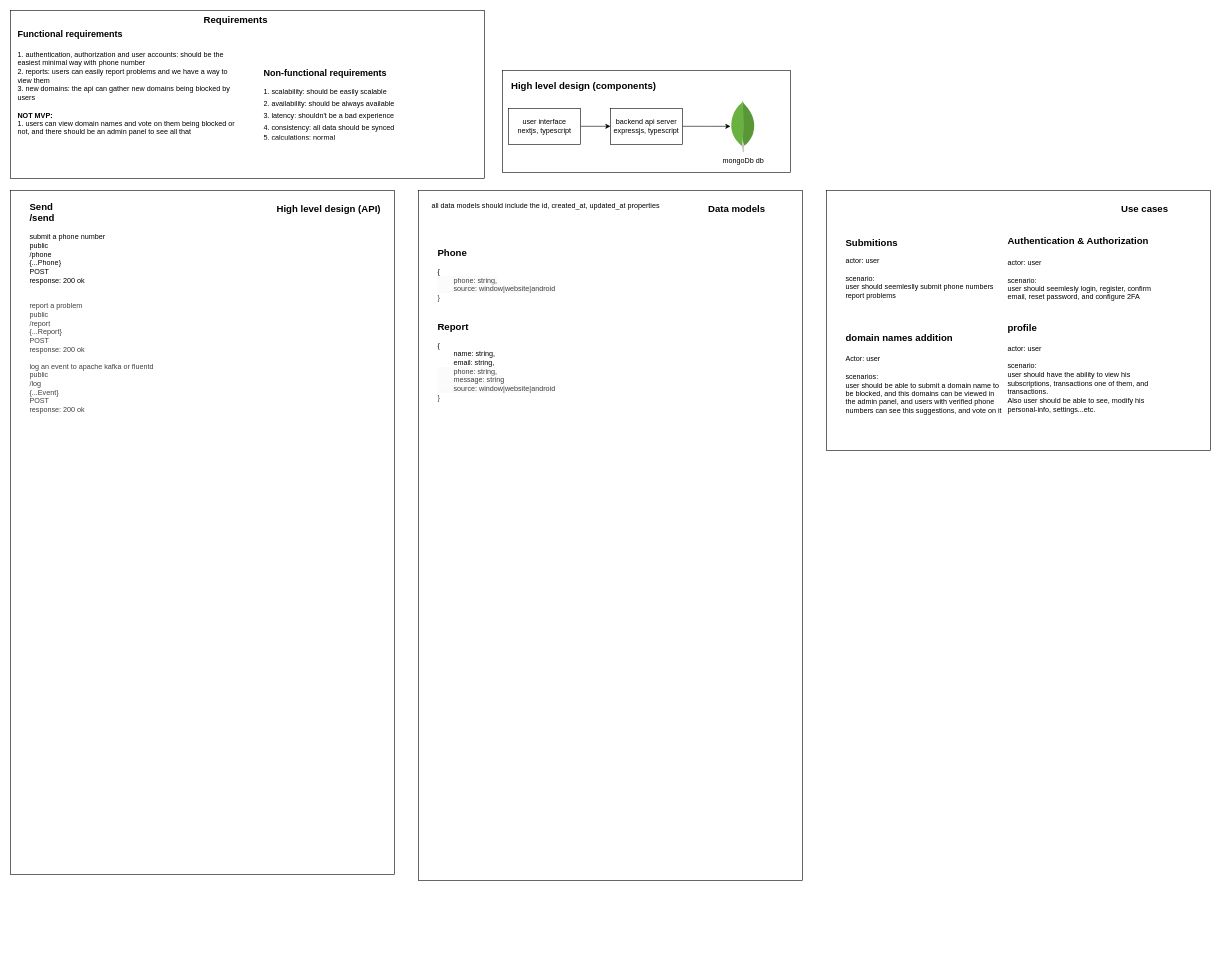
Above: page "high-level" (1 of 2) of ainaa.drawio in ahmed-elbehairy7/mafazaa-system-design (draw.io), before the change. Source tidied: cells renumbered, new cells numbered last; positions are measured from the earlier drawing's top-left corner, leaving out a move shared by most shapes. Both pictures are drawn from the tidied source at 60%, with x=0, y=0 at pixel (10, 10).
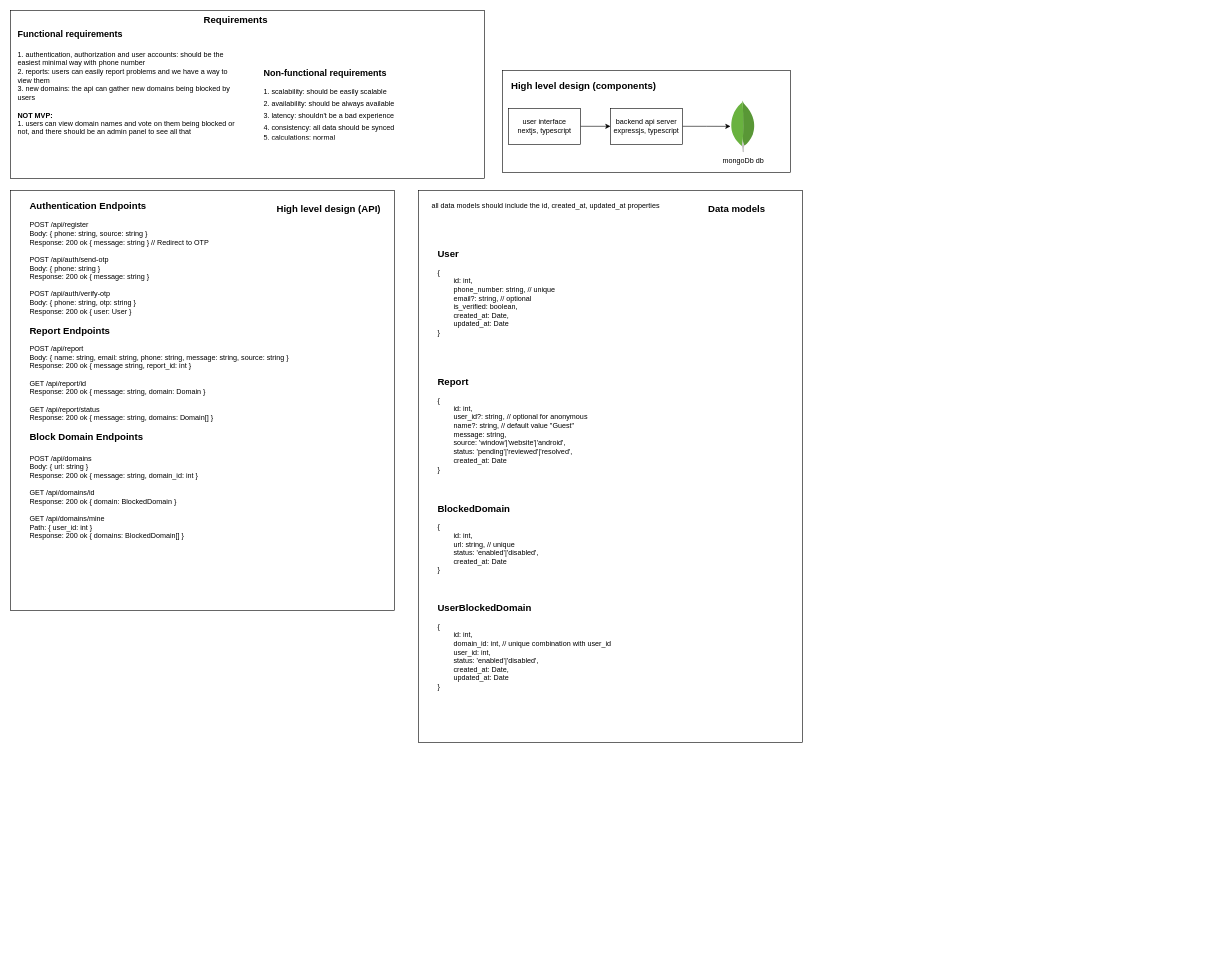
Above is the later version.

The change refers to these unchanged cells:
```xml
<mxCell id="14" style="group;" parent="1" vertex="1">
  <mxGeometry x="680" y="300" width="640" height="1290" as="geometry" />
</mxCell>
```

What changed in the source:
```diff
@@
     <mxCell id="10" style="group;" parent="1" vertex="1">
-      <mxGeometry y="300" width="640" height="1140" as="geometry" />
+      <mxGeometry y="300" width="640" height="700" as="geometry" />
     </mxCell>
     <mxCell id="11" style="whiteSpace=wrap;html=1;fontSize=11;" parent="10" vertex="1">
-      <mxGeometry width="640" height="1140" as="geometry" />
+      <mxGeometry width="640" height="700" as="geometry" />
     </mxCell>
-    <mxCell id="12" value="&lt;div&gt;&lt;span style=&quot;font-size: 16px;&quot;&gt;&lt;b&gt;Send&lt;/b&gt;&lt;/span&gt;&lt;/div&gt;&lt;font style=&quot;font-size: 16px;&quot;&gt;&lt;b&gt;/send&lt;/b&gt;&lt;/font&gt;&lt;div&gt;&lt;br&gt;&lt;/div&gt;&lt;div&gt;submit a phone number&lt;/div&gt;&lt;div&gt;public&lt;/div&gt;&lt;div&gt;/phone&lt;br&gt;{...Phone}&lt;/div&gt;&lt;div&gt;POST&lt;/div&gt;&lt;div&gt;response: 200 ok&lt;/div&gt;&lt;div&gt;&lt;br&gt;&lt;/div&gt;&lt;div&gt;&lt;br&gt;&lt;/div&gt;&lt;div&gt;&lt;div style=&quot;color: rgb(63, 63, 63); scrollbar-color: rgb(226, 226, 226) rgb(251, 251, 251);&quot;&gt;&lt;span style=&quot;color: rgb(63, 63, 63); background-color: transparent;&quot;&gt;report a problem&lt;br&gt;public&lt;/span&gt;&lt;/div&gt;&lt;div style=&quot;color: rgb(63, 63, 63); scrollbar-color: rgb(226, 226, 226) rgb(251, 251, 251);&quot;&gt;/report&lt;br style=&quot;color: rgb(63, 63, 63); scrollbar-color: rgb(226, 226, 226) rgb(251, 251, 251);&quot;&gt;{...Report}&lt;/div&gt;&lt;div style=&quot;color: rgb(63, 63, 63); scrollbar-color: rgb(226, 226, 226) rgb(251, 251, 251);&quot;&gt;POST&lt;/div&gt;&lt;div style=&quot;color: rgb(63, 63, 63); scrollbar-color: rgb(226, 226, 226) rgb(251, 251, 251);&quot;&gt;response: 200 ok&lt;br&gt;&lt;br&gt;&lt;div style=&quot;color: rgb(63, 63, 63); scrollbar-color: rgb(226, 226, 226) rgb(251, 251, 251);&quot;&gt;log an event to apache kafka or fluentd&lt;/div&gt;&lt;div style=&quot;color: rgb(63, 63, 63); scrollbar-color: rgb(226, 226, 226) rgb(251, 251, 251);&quot;&gt;public&lt;/div&gt;&lt;div style=&quot;color: rgb(63, 63, 63); scrollbar-color: rgb(226, 226, 226) rgb(251, 251, 251);&quot;&gt;/log&lt;br style=&quot;color: rgb(63, 63, 63); scrollbar-color: rgb(226, 226, 226) rgb(251, 251, 251);&quot;&gt;{...Event}&lt;/div&gt;&lt;div style=&quot;color: rgb(63, 63, 63); scrollbar-color: rgb(226, 226, 226) rgb(251, 251, 251);&quot;&gt;POST&lt;/div&gt;&lt;div style=&quot;color: rgb(63, 63, 63); scrollbar-color: rgb(226, 226, 226) rgb(251, 251, 251);&quot;&gt;response: 200 ok&lt;/div&gt;&lt;/div&gt;&lt;/div&gt;" style="text;html=1;align=left;verticalAlign=middle;strokeColor=none;fillColor=none;" parent="10" vertex="1">
-      <mxGeometry x="30" y="10" width="230" height="370" as="geometry" />
+    <mxCell id="12" value="&lt;div style=&quot;font-size: 16px;&quot;&gt;&lt;b&gt;Authentication Endpoints&lt;/b&gt;&lt;/div&gt;&lt;div&gt;&lt;br&gt;&lt;/div&gt;&lt;div&gt;POST /api/register&lt;/div&gt;&lt;div&gt;Body: { phone: string, source: string }&lt;/div&gt;&lt;div&gt;Response: 200 ok { message: string }&amp;nbsp;&lt;span style=&quot;background-color: transparent; color: light-dark(rgb(0, 0, 0), rgb(255, 255, 255));&quot;&gt;// Redirect to OTP&lt;/span&gt;&lt;/div&gt;&lt;div&gt;&lt;span style=&quot;background-color: transparent; color: light-dark(rgb(0, 0, 0), rgb(255, 255, 255));&quot;&gt;&lt;br&gt;&lt;/span&gt;&lt;/div&gt;&lt;div&gt;POST /api/auth/send-otp&lt;/div&gt;&lt;div&gt;Body: { phone: string }&lt;/div&gt;&lt;div&gt;Response: 200 ok { message: string }&lt;/div&gt;&lt;div&gt;&lt;br&gt;&lt;/div&gt;&lt;div&gt;POST /api/auth/verify-otp&lt;/div&gt;&lt;div&gt;Body: { phone: string, otp: string }&lt;/div&gt;&lt;div&gt;R&lt;span style=&quot;background-color: transparent;&quot;&gt;esponse: 200 ok { user: User }&lt;/span&gt;&lt;/div&gt;&lt;div&gt;&lt;span style=&quot;background-color: transparent;&quot;&gt;&lt;br&gt;&lt;/span&gt;&lt;/div&gt;&lt;div style=&quot;font-size: 16px;&quot;&gt;&lt;b&gt;Report Endpoints&lt;/b&gt;&lt;/div&gt;&lt;br&gt;&lt;div&gt;POST /api/report&lt;/div&gt;&lt;div&gt;Body: { name: string, email: string, phone: string, message: string, source: string }&lt;/div&gt;&lt;div&gt;&lt;div&gt;Response: 200 ok { message string, report_id: int }&lt;/div&gt;&lt;/div&gt;&lt;div&gt;&lt;br&gt;&lt;/div&gt;&lt;div&gt;GET /api/report/id&lt;/div&gt;&lt;div&gt;&lt;div&gt;Response: 200 ok { message: string, domain: Domain }&lt;/div&gt;&lt;div&gt;&lt;br&gt;&lt;/div&gt;&lt;/div&gt;&lt;div&gt;&lt;div&gt;GET /api/report/status&lt;/div&gt;&lt;div&gt;Response: 200 ok { message: string, domains: Domain[] }&lt;/div&gt;&lt;/div&gt;&lt;div&gt;&lt;br&gt;&lt;/div&gt;&lt;div&gt;&lt;b style=&quot;font-size: 16px;&quot;&gt;Block Domain Endpoints&lt;/b&gt;&lt;/div&gt;&lt;div&gt;&lt;b style=&quot;font-size: 16px;&quot;&gt;&lt;br&gt;&lt;/b&gt;&lt;/div&gt;&lt;div&gt;POST /api/domains&lt;/div&gt;&lt;div&gt;&lt;span style=&quot;background-color: transparent; color: light-dark(rgb(0, 0, 0), rgb(255, 255, 255));&quot;&gt;Body: { url: string }&lt;/span&gt;&lt;/div&gt;&lt;div&gt;&lt;div&gt;Response: 200 ok { message: string, domain_id: int }&lt;/div&gt;&lt;div&gt;&lt;br&gt;&lt;/div&gt;&lt;/div&gt;&lt;div&gt;&lt;div&gt;GET /api/domains/id&lt;/div&gt;&lt;div&gt;&lt;/div&gt;&lt;div&gt;&lt;span style=&quot;background-color: transparent; color: light-dark(rgb(0, 0, 0), rgb(255, 255, 255));&quot;&gt;Response:&lt;/span&gt;&lt;span style=&quot;background-color: transparent; color: light-dark(rgb(0, 0, 0), rgb(255, 255, 255));&quot;&gt;&amp;nbsp;&lt;/span&gt;&lt;span style=&quot;background-color: transparent; color: light-dark(rgb(0, 0, 0), rgb(255, 255, 255));&quot;&gt;200 ok&lt;/span&gt;&lt;span style=&quot;background-color: transparent; color: light-dark(rgb(0, 0, 0), rgb(255, 255, 255));&quot;&gt;&amp;nbsp;{ domain: BlockedDomain }&lt;/span&gt;&lt;/div&gt;&lt;/div&gt;&lt;div&gt;&lt;br&gt;&lt;/div&gt;&lt;div&gt;GET /api/domains/mine&lt;/div&gt;&lt;div&gt;&lt;span style=&quot;background-color: transparent; color: light-dark(rgb(0, 0, 0), rgb(255, 255, 255));&quot;&gt;Path: { user_id: int }&lt;/span&gt;&lt;/div&gt;&lt;div&gt;&lt;/div&gt;&lt;div&gt;&lt;span style=&quot;background-color: transparent; color: light-dark(rgb(0, 0, 0), rgb(255, 255, 255));&quot;&gt;Response:&lt;/span&gt;&lt;span style=&quot;background-color: transparent; color: light-dark(rgb(0, 0, 0), rgb(255, 255, 255));&quot;&gt;&amp;nbsp;&lt;/span&gt;&lt;span style=&quot;background-color: transparent; color: light-dark(rgb(0, 0, 0), rgb(255, 255, 255));&quot;&gt;200 ok&lt;/span&gt;&lt;span style=&quot;background-color: transparent; color: light-dark(rgb(0, 0, 0), rgb(255, 255, 255));&quot;&gt;&amp;nbsp;{ domains: BlockedDomain[] }&lt;/span&gt;&lt;/div&gt;" style="text;html=1;align=left;verticalAlign=middle;strokeColor=none;fillColor=none;" parent="10" vertex="1">
+      <mxGeometry x="30" y="10" width="460" height="580" as="geometry" />
     </mxCell>
@@
     <mxCell id="15" style="whiteSpace=wrap;html=1;fontSize=11;" parent="14" vertex="1">
-      <mxGeometry width="640" height="1150" as="geometry" />
+      <mxGeometry width="640" height="920" as="geometry" />
     </mxCell>
-    <mxCell id="16" value="&lt;div&gt;&lt;b style=&quot;font-size: 16px; color: light-dark(rgb(0, 0, 0), rgb(255, 255, 255)); background-color: light-dark(#ffffff, var(--ge-dark-color, #121212));&quot;&gt;Phone&lt;/b&gt;&lt;/div&gt;&lt;div&gt;&lt;span style=&quot;background-color: light-dark(#ffffff, var(--ge-dark-color, #121212));&quot;&gt;&lt;br&gt;&lt;/span&gt;&lt;/div&gt;&lt;div&gt;&lt;span style=&quot;background-color: light-dark(#ffffff, var(--ge-dark-color, #121212));&quot;&gt;{&lt;/span&gt;&lt;/div&gt;&lt;div&gt;&lt;span style=&quot;color: rgb(63, 63, 63);&quot;&gt;&lt;span style=&quot;background-color: rgb(251, 251, 251);&quot;&gt;&lt;span style=&quot;white-space: pre;&quot;&gt;&#9;&lt;/span&gt;phone: string,&lt;/span&gt;&lt;/span&gt;&lt;/div&gt;&lt;div&gt;&lt;span style=&quot;color: rgb(63, 63, 63);&quot;&gt;&lt;span style=&quot;background-color: rgb(251, 251, 251);&quot;&gt;&lt;span style=&quot;white-space: pre;&quot;&gt;&#9;&lt;/span&gt;source: window|website|android&lt;br&gt;&lt;/span&gt;}&lt;/span&gt;&lt;/div&gt;" style="text;html=1;align=left;verticalAlign=middle;strokeColor=none;fillColor=none;" parent="14" vertex="1">
-      <mxGeometry x="30" y="90" width="220" height="100" as="geometry" />
+    <mxCell id="16" value="&lt;div style=&quot;font-size: 16px;&quot;&gt;&lt;b&gt;User&lt;/b&gt;&lt;/div&gt;&lt;br&gt;&lt;div&gt;{&lt;/div&gt;&lt;div&gt;&lt;span style=&quot;white-space: pre;&quot;&gt;&#9;&lt;/span&gt;id: int,&lt;/div&gt;&lt;div&gt;&lt;span style=&quot;white-space: pre;&quot;&gt;&#9;&lt;/span&gt;phone_number: string, // unique&lt;/div&gt;&lt;div&gt;&lt;span style=&quot;white-space: pre;&quot;&gt;&#9;&lt;/span&gt;email?: string, // optional&lt;/div&gt;&lt;div&gt;&lt;span style=&quot;white-space: pre;&quot;&gt;&#9;&lt;/span&gt;is_verified: boolean,&lt;/div&gt;&lt;div&gt;&lt;span style=&quot;white-space: pre;&quot;&gt;&#9;&lt;/span&gt;created_at: Date,&lt;/div&gt;&lt;div&gt;&lt;span style=&quot;white-space: pre;&quot;&gt;&#9;&lt;/span&gt;updated_at: Date&lt;/div&gt;&lt;div&gt;}&lt;/div&gt;" style="text;html=1;align=left;verticalAlign=middle;strokeColor=none;fillColor=none;" parent="14" vertex="1">
+      <mxGeometry x="30" y="90" width="220" height="160" as="geometry" />
     </mxCell>
@@
-    <mxCell id="19" value="&lt;div&gt;&lt;b style=&quot;font-size: 16px; color: light-dark(rgb(0, 0, 0), rgb(255, 255, 255)); background-color: light-dark(#ffffff, var(--ge-dark-color, #121212));&quot;&gt;Report&lt;/b&gt;&lt;/div&gt;&lt;div&gt;&lt;span style=&quot;background-color: light-dark(#ffffff, var(--ge-dark-color, #121212));&quot;&gt;&lt;br&gt;&lt;/span&gt;&lt;/div&gt;&lt;div&gt;&lt;span style=&quot;background-color: light-dark(#ffffff, var(--ge-dark-color, #121212));&quot;&gt;{&lt;br&gt;&lt;span style=&quot;white-space: pre;&quot;&gt;&#9;&lt;/span&gt;name: string,&lt;br&gt;&lt;span style=&quot;white-space: pre;&quot;&gt;&#9;&lt;/span&gt;email: string,&lt;br&gt;&lt;/span&gt;&lt;/div&gt;&lt;div&gt;&lt;span style=&quot;color: rgb(63, 63, 63);&quot;&gt;&lt;span style=&quot;background-color: rgb(251, 251, 251);&quot;&gt;&lt;span style=&quot;white-space: pre;&quot;&gt;&#9;&lt;/span&gt;phone: string,&lt;br&gt;&lt;span style=&quot;white-space: pre;&quot;&gt;&#9;&lt;/span&gt;message: string&lt;br&gt;&lt;/span&gt;&lt;/span&gt;&lt;/div&gt;&lt;div&gt;&lt;span style=&quot;color: rgb(63, 63, 63);&quot;&gt;&lt;span style=&quot;background-color: rgb(251, 251, 251);&quot;&gt;&lt;span style=&quot;white-space: pre;&quot;&gt;&#9;&lt;/span&gt;source: window|website|android&lt;br&gt;&lt;/span&gt;}&lt;/span&gt;&lt;/div&gt;" style="text;html=1;align=left;verticalAlign=middle;strokeColor=none;fillColor=none;" parent="14" vertex="1">
-      <mxGeometry x="30" y="210" width="220" height="150" as="geometry" />
+    <mxCell id="19" value="&lt;div style=&quot;font-size: 16px;&quot;&gt;&lt;b&gt;Report&lt;/b&gt;&lt;/div&gt;&lt;br&gt;&lt;div&gt;{&lt;/div&gt;&lt;div&gt;&lt;span style=&quot;white-space: pre;&quot;&gt;&#9;&lt;/span&gt;id: int,&lt;/div&gt;&lt;div&gt;&lt;span style=&quot;white-space: pre;&quot;&gt;&#9;&lt;/span&gt;user_id?: string, // optional for anonymous&lt;/div&gt;&lt;div&gt;&lt;span style=&quot;white-space: pre;&quot;&gt;&#9;&lt;/span&gt;name?: string, // default value &quot;Guest&quot;&lt;/div&gt;&lt;div&gt;&lt;span style=&quot;white-space: pre;&quot;&gt;&#9;&lt;/span&gt;message: string,&lt;/div&gt;&lt;div&gt;&lt;span style=&quot;white-space: pre;&quot;&gt;&#9;&lt;/span&gt;source: 'window'|'website'|'android',&lt;/div&gt;&lt;div&gt;&lt;span style=&quot;white-space: pre;&quot;&gt;&#9;&lt;/span&gt;status: 'pending'|'reviewed'|'resolved',&lt;/div&gt;&lt;div&gt;&lt;span style=&quot;white-space: pre;&quot;&gt;&#9;&lt;/span&gt;created_at: Date&lt;/div&gt;&lt;div&gt;}&lt;/div&gt;" style="text;html=1;align=left;verticalAlign=middle;strokeColor=none;fillColor=none;" parent="14" vertex="1">
+      <mxGeometry x="30" y="310" width="270" height="160" as="geometry" />
     </mxCell>
-    <mxCell id="20" style="group;" parent="1" vertex="1">
-      <mxGeometry x="1360" y="300" width="640" height="433" as="geometry" />
-    </mxCell>
-    <mxCell id="21" style="whiteSpace=wrap;html=1;fontSize=11;" parent="20" vertex="1">
-      <mxGeometry width="640" height="433" as="geometry" />
-    </mxCell>
-    <mxCell id="22" value="&lt;div&gt;&lt;b style=&quot;font-size: 16px; background-color: transparent; color: light-dark(rgb(0, 0, 0), rgb(255, 255, 255));&quot;&gt;Submitions&lt;/b&gt;&lt;/div&gt;&lt;div&gt;&lt;br&gt;&lt;/div&gt;&lt;div&gt;actor: user&lt;/div&gt;&lt;div&gt;&lt;br&gt;&lt;/div&gt;&lt;div&gt;scenario:&lt;/div&gt;&lt;div&gt;user should seemleslly submit phone numbers&lt;br&gt;report problems&lt;/div&gt;" style="text;html=1;align=left;verticalAlign=middle;strokeColor=none;fillColor=none;" parent="20" vertex="1">
-      <mxGeometry x="30" y="70" width="270" height="120" as="geometry" />
-    </mxCell>
-    <mxCell id="23" value="&lt;font style=&quot;font-size: 16px;&quot;&gt;&lt;b&gt;Use cases&lt;/b&gt;&lt;/font&gt;" style="text;html=1;align=center;verticalAlign=middle;strokeColor=none;fillColor=none;" parent="20" vertex="1">
-      <mxGeometry x="480" y="15" width="100" height="30" as="geometry" />
-    </mxCell>
-    <mxCell id="24" value="&lt;div&gt;&lt;span style=&quot;font-size: 16px;&quot;&gt;&lt;b&gt;domain names addition&lt;br&gt;&lt;br&gt;&lt;/b&gt;&lt;/span&gt;&lt;/div&gt;&lt;div&gt;Actor: user&lt;/div&gt;&lt;div&gt;&lt;br&gt;&lt;/div&gt;&lt;div&gt;&lt;span style=&quot;background-color: transparent; color: light-dark(rgb(0, 0, 0), rgb(255, 255, 255));&quot;&gt;scenarios:&lt;/span&gt;&lt;/div&gt;&lt;div&gt;user should be able to submit a domain name to&lt;br&gt;be blocked, and this domains can be viewed in &lt;br&gt;the admin panel, and users with verified phone&lt;br&gt;numbers can see this suggestions, and vote on it&lt;br&gt;&lt;/div&gt;" style="text;html=1;align=left;verticalAlign=middle;strokeColor=none;fillColor=none;" parent="20" vertex="1">
-      <mxGeometry x="30" y="230" width="280" height="150" as="geometry" />
-    </mxCell>
-    <mxCell id="25" value="&lt;div&gt;&lt;span style=&quot;font-size: 16px;&quot;&gt;&lt;b&gt;Authentication &amp;amp; Authorization&lt;/b&gt;&lt;/span&gt;&lt;/div&gt;&lt;div&gt;&lt;span style=&quot;font-size: 16px;&quot;&gt;&lt;b&gt;&lt;br&gt;&lt;/b&gt;&lt;/span&gt;&lt;/div&gt;&lt;div&gt;actor: user&lt;/div&gt;&lt;div&gt;&lt;br&gt;&lt;/div&gt;&lt;div&gt;scenario:&lt;/div&gt;&lt;div&gt;user should seemlesly login, register, confirm&lt;/div&gt;&lt;div&gt;email, reset password, and configure 2FA&lt;/div&gt;" style="text;html=1;align=left;verticalAlign=middle;strokeColor=none;fillColor=none;" parent="20" vertex="1">
-      <mxGeometry x="300" y="70" width="260" height="120" as="geometry" />
-    </mxCell>
-    <mxCell id="26" value="&lt;div&gt;&lt;span style=&quot;font-size: 16px;&quot;&gt;&lt;b&gt;profile&lt;/b&gt;&lt;/span&gt;&lt;/div&gt;&lt;div&gt;&lt;span style=&quot;font-size: 16px;&quot;&gt;&lt;b&gt;&lt;br&gt;&lt;/b&gt;&lt;/span&gt;&lt;/div&gt;&lt;div&gt;actor: user&lt;/div&gt;&lt;div&gt;&lt;br&gt;&lt;/div&gt;&lt;div&gt;scenario:&lt;/div&gt;&lt;div&gt;user should have the ability to view his&amp;nbsp;&lt;/div&gt;&lt;div&gt;subscriptions, transactions&amp;nbsp;&lt;span style=&quot;background-color: transparent; color: light-dark(rgb(0, 0, 0), rgb(255, 255, 255));&quot;&gt;one of them, and&amp;nbsp;&lt;/span&gt;&lt;/div&gt;&lt;div&gt;&lt;span style=&quot;background-color: transparent; color: light-dark(rgb(0, 0, 0), rgb(255, 255, 255));&quot;&gt;transactions.&amp;nbsp;&lt;/span&gt;&lt;/div&gt;&lt;div&gt;&lt;span style=&quot;background-color: transparent; color: light-dark(rgb(0, 0, 0), rgb(255, 255, 255));&quot;&gt;Also user should be&amp;nbsp;&lt;/span&gt;&lt;span style=&quot;background-color: transparent; color: light-dark(rgb(0, 0, 0), rgb(255, 255, 255));&quot;&gt;able to see, modify his&amp;nbsp;&lt;/span&gt;&lt;/div&gt;&lt;div&gt;&lt;span style=&quot;background-color: transparent; color: light-dark(rgb(0, 0, 0), rgb(255, 255, 255));&quot;&gt;personal-info, settings...etc.&lt;/span&gt;&lt;/div&gt;" style="text;html=1;align=left;verticalAlign=middle;strokeColor=none;fillColor=none;" parent="20" vertex="1">
-      <mxGeometry x="300" y="210" width="260" height="170" as="geometry" />
-    </mxCell>
+    <mxCell id="32" value="&lt;div style=&quot;font-size: 16px;&quot;&gt;&lt;b&gt;BlockedDomain&lt;/b&gt;&lt;/div&gt;&lt;br&gt;&lt;div&gt;{&lt;/div&gt;&lt;div&gt;&lt;span style=&quot;white-space: pre;&quot;&gt;&#9;&lt;/span&gt;id: int,&lt;/div&gt;&lt;div&gt;&lt;span style=&quot;white-space: pre;&quot;&gt;&#9;&lt;/span&gt;url: string, // unique&lt;/div&gt;&lt;div&gt;&lt;span style=&quot;white-space: pre;&quot;&gt;&#9;&lt;/span&gt;status: 'enabled'|'disabled',&lt;/div&gt;&lt;div&gt;&lt;span style=&quot;white-space: pre;&quot;&gt;&#9;&lt;/span&gt;created_at: Date&lt;/div&gt;&lt;div&gt;}&lt;/div&gt;" style="text;html=1;align=left;verticalAlign=middle;strokeColor=none;fillColor=none;" parent="14" vertex="1">
+      <mxGeometry x="30" y="520" width="190" height="120" as="geometry" />
+    </mxCell>
+    <mxCell id="33" value="&lt;div style=&quot;font-size: 16px;&quot;&gt;&lt;b&gt;UserBlockedDomain&lt;/b&gt;&lt;/div&gt;&lt;br&gt;&lt;div&gt;{&lt;/div&gt;&lt;div&gt;&lt;span style=&quot;white-space: pre;&quot;&gt;&#9;&lt;/span&gt;id: int,&lt;/div&gt;&lt;div&gt;&lt;span style=&quot;white-space: pre;&quot;&gt;&#9;&lt;/span&gt;domain_id: int, // unique combination with user_id&lt;/div&gt;&lt;div&gt;&lt;span style=&quot;white-space: pre;&quot;&gt;&#9;&lt;/span&gt;user_id: int,&lt;/div&gt;&lt;div&gt;&lt;span style=&quot;white-space: pre;&quot;&gt;&#9;&lt;/span&gt;status: 'enabled'|'disabled',&lt;/div&gt;&lt;div&gt;&lt;span style=&quot;white-space: pre;&quot;&gt;&#9;&lt;/span&gt;created_at: Date,&lt;/div&gt;&lt;div&gt;&lt;span style=&quot;white-space: pre;&quot;&gt;&#9;&lt;/span&gt;updated_at: Date&lt;/div&gt;&lt;div&gt;}&lt;/div&gt;" style="text;html=1;align=left;verticalAlign=middle;strokeColor=none;fillColor=none;" parent="14" vertex="1">
+      <mxGeometry x="30" y="680" width="310" height="160" as="geometry" />
+    </mxCell>
```
